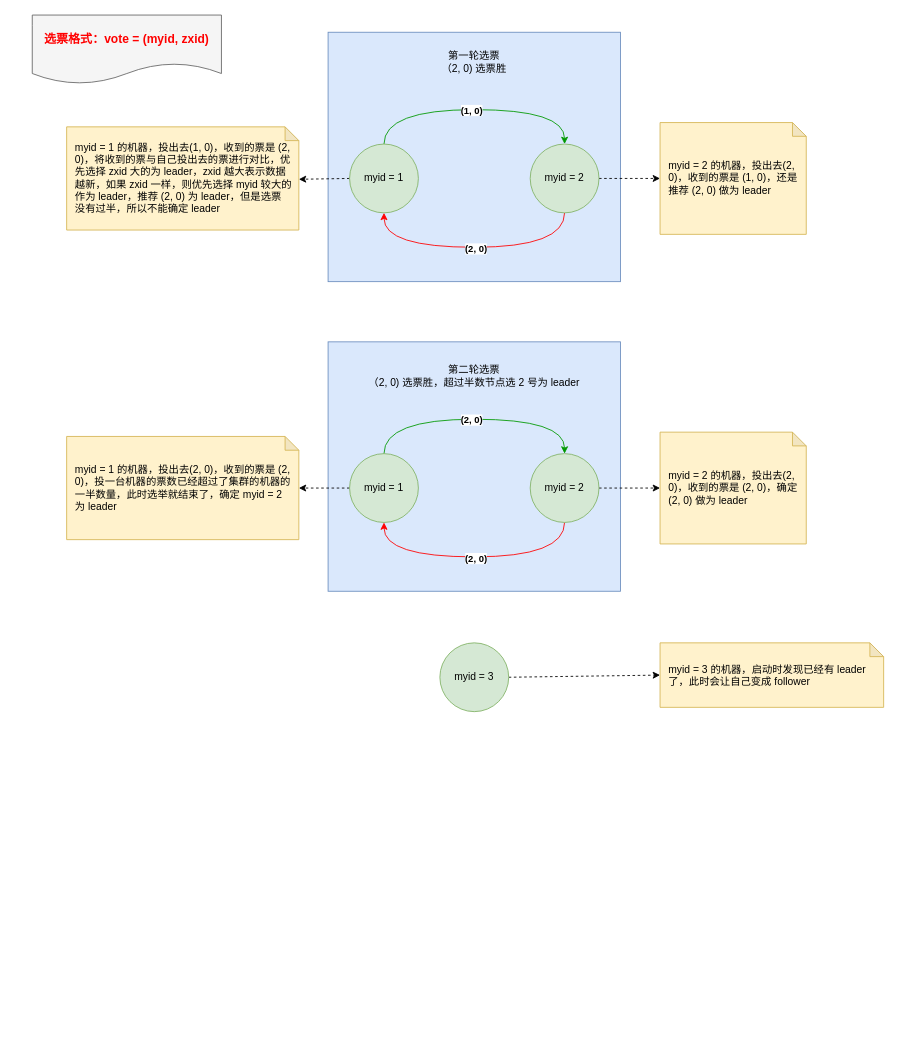
Above: zookeeper/Leader 选举.drawio in thebesteric/draw.io (draw.io), before the change. Source tidied: cells renumbered, new cells numbered last; positions are measured from the earlier drawing's top-left corner, leaving out a move shared by most shapes. Both pictures are drawn from the tidied source at 86%, with x=0, y=0 at pixel (32, 15).
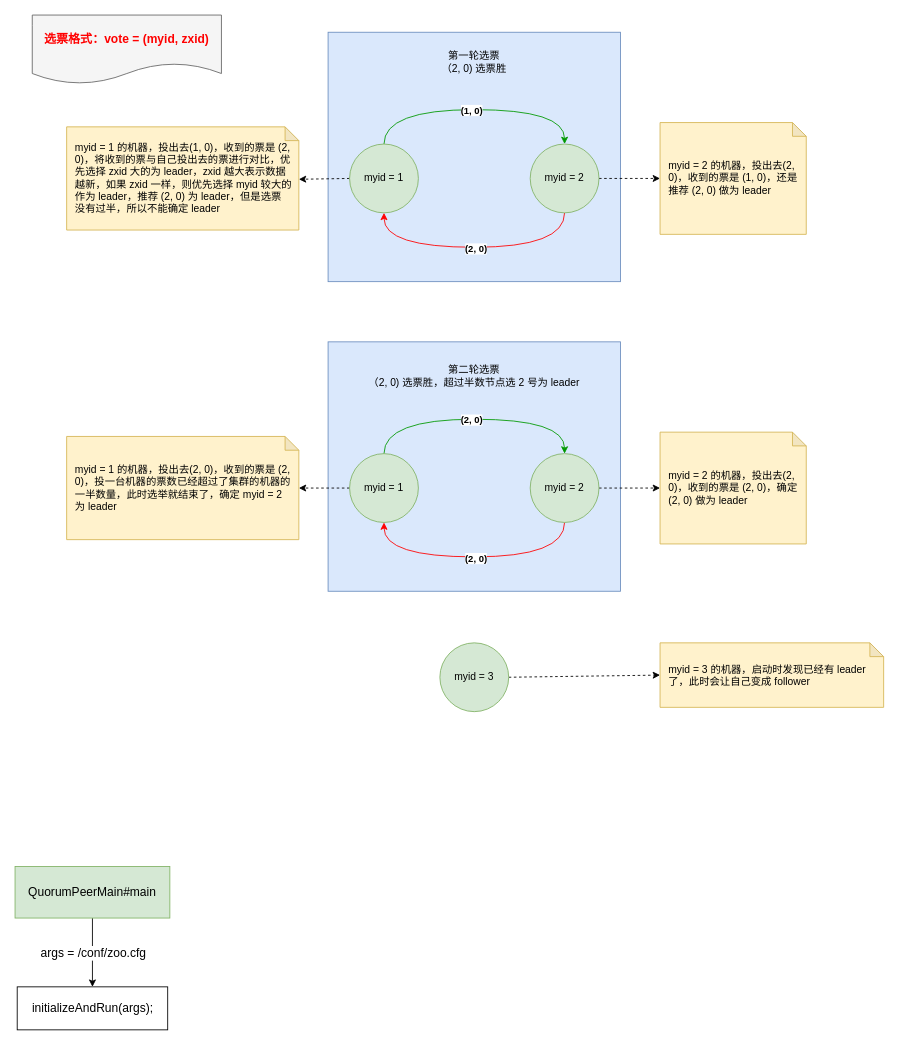
The same page after the edit.

What changed in the source:
```diff
@@
+    <mxCell id="30" style="edgeStyle=none;rounded=0;jettySize=auto;html=1;fontFamily=Helvetica;fontSize=14;fontColor=default;strokeColor=#000000;" parent="1" edge="1" source="32" target="33">
+      <mxGeometry relative="1" as="geometry" />
+    </mxCell>
+    <mxCell id="31" value="args = /conf/zoo.cfg" style="edgeLabel;html=1;align=center;verticalAlign=middle;fontSize=14;fontFamily=Helvetica;fontColor=default;" parent="30" vertex="1">
+      <mxGeometry x="-0.31" y="-1" relative="1" as="geometry">
+        <mxPoint x="1" y="12" as="offset" />
+      </mxGeometry>
+    </mxCell>
+    <mxCell id="32" value="QuorumPeerMain#main" style="rounded=0;whiteSpace=wrap;html=1;fontSize=14;fillColor=#d5e8d4;strokeColor=#82b366;" parent="1" vertex="1">
+      <mxGeometry x="-20" y="990" width="180" height="60" as="geometry" />
+    </mxCell>
+    <mxCell id="33" value="initializeAndRun(args);" style="whiteSpace=wrap;html=1;fontSize=14;rounded=0;" parent="1" vertex="1">
+      <mxGeometry x="-17.5" y="1130" width="175" height="50" as="geometry" />
+    </mxCell>
```
